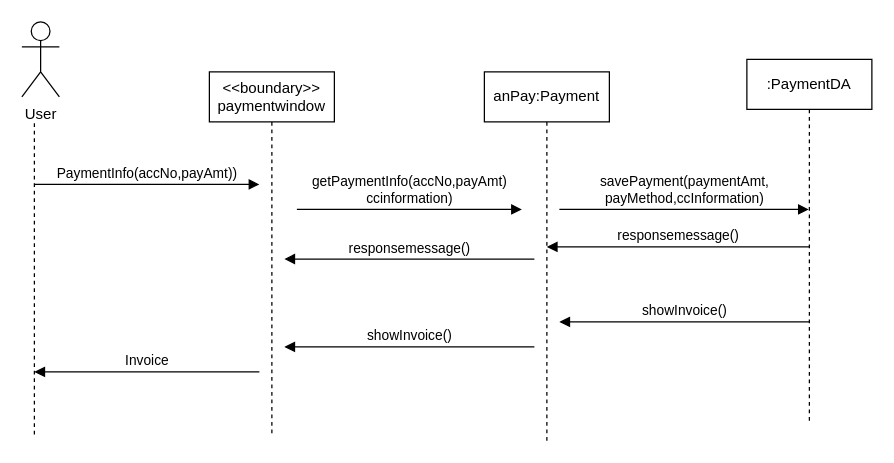
This is Copy of seqassignemnt.drawio from LordDdanielHan/test, a draw.io file, before an edit. Source tidied: cells renumbered, new cells numbered last; positions are measured from the earlier drawing's top-left corner, leaving out a move shared by most shapes. Both pictures are drawn from the tidied source at 125%, with x=0, y=0 at pixel (21, 21).
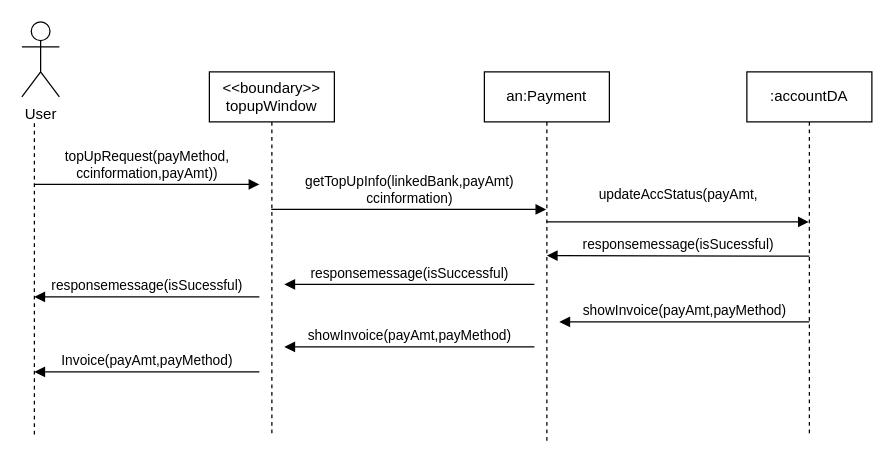
The same page after the edit.

The edit, as a diff of the source:
```diff
@@
-    <mxCell id="2" value="&amp;lt;&amp;lt;boundary&amp;gt;&amp;gt;&lt;br&gt;paymentwindow" style="shape=umlLifeline;perimeter=lifelinePerimeter;whiteSpace=wrap;html=1;outlineConnect=0;portConstraint=eastwest;newEdgeStyle={&quot;edgeStyle&quot;:&quot;elbowEdgeStyle&quot;,&quot;elbow&quot;:&quot;vertical&quot;,&quot;curved&quot;:0,&quot;rounded&quot;:0};" parent="1" vertex="1">
+    <mxCell id="2" value="&amp;lt;&amp;lt;boundary&amp;gt;&amp;gt;&lt;br&gt;topupWindow" style="shape=umlLifeline;perimeter=lifelinePerimeter;whiteSpace=wrap;html=1;outlineConnect=0;portConstraint=eastwest;newEdgeStyle={&quot;edgeStyle&quot;:&quot;elbowEdgeStyle&quot;,&quot;elbow&quot;:&quot;vertical&quot;,&quot;curved&quot;:0,&quot;rounded&quot;:0};" parent="1" vertex="1">
       <mxGeometry x="150" y="40" width="100" height="290" as="geometry" />
     </mxCell>
-    <mxCell id="3" value="responsemessage()" style="html=1;verticalAlign=bottom;endArrow=block;edgeStyle=elbowEdgeStyle;elbow=vertical;curved=0;rounded=0;" parent="1" edge="1">
+    <mxCell id="3" value="responsemessage(isSucessful)" style="html=1;verticalAlign=bottom;endArrow=block;edgeStyle=elbowEdgeStyle;elbow=vertical;curved=0;rounded=0;" parent="1" edge="1">
       <mxGeometry relative="1" as="geometry">
-        <mxPoint x="630" y="180" as="sourcePoint" />
-        <mxPoint x="420" y="180" as="targetPoint" />
+        <mxPoint x="630" y="187.4" as="sourcePoint" />
+        <mxPoint x="420" y="187.4" as="targetPoint" />
       </mxGeometry>
     </mxCell>
@@
-    <mxCell id="5" value="anPay:Payment" style="shape=umlLifeline;perimeter=lifelinePerimeter;whiteSpace=wrap;html=1;newEdgeStyle={&quot;edgeStyle&quot;:&quot;elbowEdgeStyle&quot;,&quot;elbow&quot;:&quot;vertical&quot;,&quot;curved&quot;:0,&quot;rounded&quot;:0};" parent="1" vertex="1">
+    <mxCell id="5" value="an:Payment" style="shape=umlLifeline;perimeter=lifelinePerimeter;whiteSpace=wrap;html=1;newEdgeStyle={&quot;edgeStyle&quot;:&quot;elbowEdgeStyle&quot;,&quot;elbow&quot;:&quot;vertical&quot;,&quot;curved&quot;:0,&quot;rounded&quot;:0};" parent="1" vertex="1">
       <mxGeometry x="370" y="40" width="100" height="295" as="geometry" />
     </mxCell>
-    <mxCell id="6" value="showInvoice()" style="html=1;verticalAlign=bottom;endArrow=block;edgeStyle=elbowEdgeStyle;elbow=vertical;curved=0;rounded=0;" parent="1" edge="1">
+    <mxCell id="6" value="showInvoice(payAmt,payMethod)" style="html=1;verticalAlign=bottom;endArrow=block;edgeStyle=elbowEdgeStyle;elbow=vertical;curved=0;rounded=0;" parent="1" edge="1">
       <mxGeometry relative="1" as="geometry">
         <mxPoint x="410" y="260" as="sourcePoint" />
         <mxPoint x="210" y="260" as="targetPoint" />
         <Array as="points">
           <mxPoint x="250" y="260" />
         </Array>
       </mxGeometry>
     </mxCell>
-    <mxCell id="7" value=":PaymentDA" style="shape=umlLifeline;perimeter=lifelinePerimeter;whiteSpace=wrap;html=1;outlineConnect=0;portConstraint=eastwest;newEdgeStyle={&quot;edgeStyle&quot;:&quot;elbowEdgeStyle&quot;,&quot;elbow&quot;:&quot;vertical&quot;,&quot;curved&quot;:0,&quot;rounded&quot;:0};" parent="1" vertex="1">
-      <mxGeometry x="580" y="30" width="100" height="290" as="geometry" />
+    <mxCell id="7" value=":accountDA" style="shape=umlLifeline;perimeter=lifelinePerimeter;whiteSpace=wrap;html=1;outlineConnect=0;portConstraint=eastwest;newEdgeStyle={&quot;edgeStyle&quot;:&quot;elbowEdgeStyle&quot;,&quot;elbow&quot;:&quot;vertical&quot;,&quot;curved&quot;:0,&quot;rounded&quot;:0};" parent="1" vertex="1">
+      <mxGeometry x="580" y="40" width="100" height="290" as="geometry" />
     </mxCell>
-    <mxCell id="8" value="savePayment(paymentAmt,&lt;br&gt;payMethod,ccInformation)" style="html=1;verticalAlign=bottom;endArrow=block;edgeStyle=elbowEdgeStyle;elbow=vertical;curved=0;rounded=0;" parent="1" edge="1" target="7">
+    <mxCell id="8" value="updateAccStatus(payAmt,&lt;div&gt;&lt;br/&gt;&lt;/div&gt;" style="html=1;verticalAlign=bottom;endArrow=block;edgeStyle=elbowEdgeStyle;elbow=vertical;curved=0;rounded=0;" parent="1" edge="1">
       <mxGeometry relative="1" as="geometry">
-        <mxPoint x="430" y="150" as="sourcePoint" />
+        <mxPoint x="419.7" y="160" as="sourcePoint" />
+        <mxPoint x="629.5" y="160" as="targetPoint" />
         <Array as="points">
-          <mxPoint x="560" y="150" />
-          <mxPoint x="510" y="150" />
-          <mxPoint x="455" y="150" />
+          <mxPoint x="560" y="160" />
+          <mxPoint x="510" y="160" />
+          <mxPoint x="455" y="160" />
         </Array>
       </mxGeometry>
     </mxCell>
@@
-    <mxCell id="10" value="PaymentInfo(accNo,payAmt))" style="html=1;verticalAlign=bottom;endArrow=block;edgeStyle=elbowEdgeStyle;elbow=horizontal;curved=0;rounded=0;" parent="1" edge="1">
+    <mxCell id="10" value="topUpRequest(payMethod,&lt;div&gt;ccinformation,payAmt))&lt;/div&gt;" style="html=1;verticalAlign=bottom;endArrow=block;edgeStyle=elbowEdgeStyle;elbow=horizontal;curved=0;rounded=0;" parent="1" edge="1">
       <mxGeometry relative="1" as="geometry">
         <mxPoint x="10" y="130" as="sourcePoint" />
         <mxPoint x="190" y="130" as="targetPoint" />
         <Array as="points">
           <mxPoint x="35" y="130" />
         </Array>
       </mxGeometry>
     </mxCell>
-    <mxCell id="11" value="responsemessage()" style="html=1;verticalAlign=bottom;endArrow=block;edgeStyle=elbowEdgeStyle;elbow=vertical;curved=0;rounded=0;" parent="1" edge="1">
+    <mxCell id="11" value="responsemessage(isSuccessful)" style="html=1;verticalAlign=bottom;endArrow=block;edgeStyle=elbowEdgeStyle;elbow=vertical;curved=0;rounded=0;" parent="1" edge="1">
       <mxGeometry relative="1" as="geometry">
-        <mxPoint x="410" y="189.7" as="sourcePoint" />
-        <mxPoint x="210" y="189.7" as="targetPoint" />
+        <mxPoint x="410" y="210" as="sourcePoint" />
+        <mxPoint x="210" y="210" as="targetPoint" />
         <Array as="points">
-          <mxPoint x="250" y="189.7" />
+          <mxPoint x="250" y="210" />
         </Array>
       </mxGeometry>
     </mxCell>
-    <mxCell id="12" value="getPaymentInfo(accNo,payAmt)&lt;br&gt;ccinformation)" style="html=1;verticalAlign=bottom;endArrow=block;edgeStyle=elbowEdgeStyle;elbow=vertical;curved=0;rounded=0;" parent="1" edge="1">
+    <mxCell id="12" value="getTopUpInfo(linkedBank,payAmt)&lt;br&gt;ccinformation)" style="html=1;verticalAlign=bottom;endArrow=block;edgeStyle=elbowEdgeStyle;elbow=vertical;curved=0;rounded=0;" parent="1" edge="1" source="2">
       <mxGeometry relative="1" as="geometry">
-        <mxPoint x="220" y="150" as="sourcePoint" />
-        <mxPoint x="400" y="150" as="targetPoint" />
+        <mxPoint x="419.5" y="150" as="targetPoint" />
         <Array as="points">
-          <mxPoint x="245" y="150" />
+          <mxPoint x="360" y="150" />
+          <mxPoint x="235" y="140" />
         </Array>
       </mxGeometry>
     </mxCell>
-    <mxCell id="13" value="Invoice" style="html=1;verticalAlign=bottom;endArrow=block;edgeStyle=elbowEdgeStyle;elbow=vertical;curved=0;rounded=0;" parent="1" edge="1">
+    <mxCell id="13" value="Invoice(payAmt,payMethod)" style="html=1;verticalAlign=bottom;endArrow=block;edgeStyle=elbowEdgeStyle;elbow=vertical;curved=0;rounded=0;" parent="1" edge="1">
       <mxGeometry relative="1" as="geometry">
         <mxPoint x="190" y="280" as="sourcePoint" />
         <mxPoint x="10" y="280" as="targetPoint" />
         <Array as="points">
           <mxPoint x="50" y="280" />
         </Array>
       </mxGeometry>
     </mxCell>
-    <mxCell id="14" value="showInvoice()" style="html=1;verticalAlign=bottom;endArrow=block;edgeStyle=elbowEdgeStyle;elbow=vertical;curved=0;rounded=0;" parent="1" edge="1">
+    <mxCell id="14" value="showInvoice(payAmt,payMethod)" style="html=1;verticalAlign=bottom;endArrow=block;edgeStyle=elbowEdgeStyle;elbow=vertical;curved=0;rounded=0;" parent="1" edge="1">
       <mxGeometry relative="1" as="geometry">
         <mxPoint x="630" y="240" as="sourcePoint" />
         <mxPoint x="430" y="240" as="targetPoint" />
         <Array as="points">
           <mxPoint x="470" y="240" />
         </Array>
       </mxGeometry>
     </mxCell>
+    <mxCell id="15" value="responsemessage(isSucessful)" style="html=1;verticalAlign=bottom;endArrow=block;edgeStyle=elbowEdgeStyle;elbow=vertical;curved=0;rounded=0;" parent="1" edge="1">
+      <mxGeometry relative="1" as="geometry">
+        <mxPoint x="190" y="220" as="sourcePoint" />
+        <mxPoint x="10" y="220" as="targetPoint" />
+        <Array as="points">
+          <mxPoint x="50" y="220" />
+        </Array>
+      </mxGeometry>
+    </mxCell>
```
